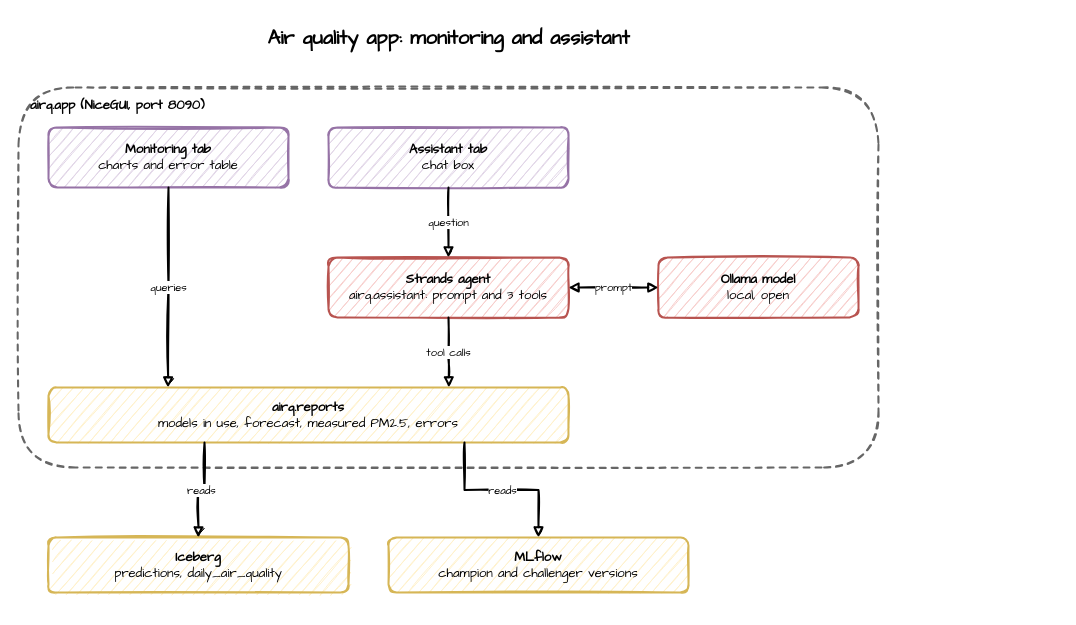
The draw.io diagram air-quality/images/app.drawio in jaehyeon-kim/benchtop, before the edit. Source tidied: cells renumbered, new cells numbered last; positions are measured from the earlier drawing's top-left corner, leaving out a move shared by most shapes. Both pictures are drawn from the tidied source at 100%, with x=0, y=0 at pixel (18, 17).
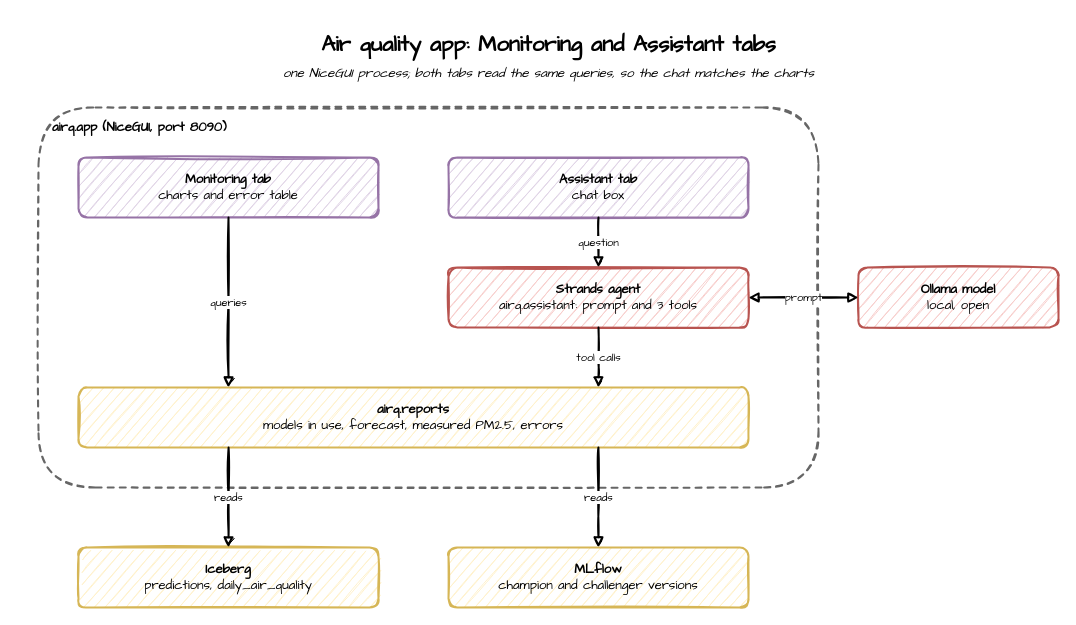
The same diagram, later.

Commit message (it also covers changes not shown here):
Redraw the air-quality diagrams in the sketch style

Change to the diagram source:
```diff
@@
 <mxGraphModel>
   <root>
     <mxCell id="0" />
     <mxCell id="1" parent="0" />
-    <mxCell id="2" value="Air quality app: monitoring and assistant" style="text;html=1;align=center;verticalAlign=middle;fontFamily=Comic Sans MS;fontSize=20;fontStyle=1;strokeColor=none;fillColor=none;" parent="1" vertex="1">
-      <mxGeometry width="860" height="40" as="geometry" />
+    <mxCell id="2" value="Air quality app: Monitoring and Assistant tabs" style="text;html=1;align=center;verticalAlign=middle;fontFamily=Comic Sans MS;fontSize=22;fontStyle=1;strokeColor=none;fillColor=none;" parent="1" vertex="1">
+      <mxGeometry x="20" y="10" width="1020" height="36" as="geometry" />
     </mxCell>
+    <mxCell id="17" value="one NiceGUI process; both tabs read the same queries, so the chat matches the charts" style="text;html=1;align=center;verticalAlign=middle;fontFamily=Comic Sans MS;fontSize=13;fontStyle=2;strokeColor=none;fillColor=none;" parent="1" vertex="1">
+      <mxGeometry x="20" y="44" width="1020" height="24" as="geometry" />
+    </mxCell>
-    <mxCell id="3" value="airq.app (NiceGUI, port 8090)" style="sketch=1;fontFamily=Comic Sans MS;strokeWidth=2;html=1;rounded=1;whiteSpace=wrap;fontSize=13;fillColor=none;strokeColor=#666666;dashed=1;verticalAlign=top;align=left;spacingLeft=10;spacingTop=4;fontStyle=1;" parent="1" vertex="1">
-      <mxGeometry y="70" width="860" height="380" as="geometry" />
+    <mxCell id="3" value="airq.app (NiceGUI, port 8090)" style="sketch=1;fontFamily=Comic Sans MS;strokeWidth=2;html=1;rounded=1;whiteSpace=wrap;fontSize=13;fillColor=none;strokeColor=#666666;dashed=1;verticalAlign=top;align=left;spacingLeft=12;spacingTop=6;fontStyle=1;" parent="1" vertex="1">
+      <mxGeometry x="20" y="90" width="780" height="380" as="geometry" />
     </mxCell>
     <mxCell id="4" value="&lt;b&gt;Monitoring tab&lt;/b&gt;&lt;br&gt;charts and error table" style="sketch=1;fontFamily=Comic Sans MS;strokeWidth=2;html=1;rounded=1;whiteSpace=wrap;fontSize=13;fillColor=#e1d5e7;strokeColor=#9673a6;" parent="1" vertex="1">
-      <mxGeometry x="30" y="110" width="240" height="60" as="geometry" />
+      <mxGeometry x="60" y="140" width="300" height="60" as="geometry" />
     </mxCell>
     <mxCell id="5" value="&lt;b&gt;Assistant tab&lt;/b&gt;&lt;br&gt;chat box" style="sketch=1;fontFamily=Comic Sans MS;strokeWidth=2;html=1;rounded=1;whiteSpace=wrap;fontSize=13;fillColor=#e1d5e7;strokeColor=#9673a6;" parent="1" vertex="1">
-      <mxGeometry x="310" y="110" width="240" height="60" as="geometry" />
+      <mxGeometry x="430" y="140" width="300" height="60" as="geometry" />
     </mxCell>
     <mxCell id="6" value="&lt;b&gt;Strands agent&lt;/b&gt;&lt;br&gt;airq.assistant: prompt and 3 tools" style="sketch=1;fontFamily=Comic Sans MS;strokeWidth=2;html=1;rounded=1;whiteSpace=wrap;fontSize=13;fillColor=#f8cecc;strokeColor=#b85450;" parent="1" vertex="1">
-      <mxGeometry x="310" y="240" width="240" height="60" as="geometry" />
+      <mxGeometry x="430" y="250" width="300" height="60" as="geometry" />
     </mxCell>
     <mxCell id="7" value="&lt;b&gt;Ollama model&lt;/b&gt;&lt;br&gt;local, open" style="sketch=1;fontFamily=Comic Sans MS;strokeWidth=2;html=1;rounded=1;whiteSpace=wrap;fontSize=13;fillColor=#f8cecc;strokeColor=#b85450;" parent="1" vertex="1">
-      <mxGeometry x="640" y="240" width="200" height="60" as="geometry" />
+      <mxGeometry x="840" y="250" width="200" height="60" as="geometry" />
     </mxCell>
     <mxCell id="8" value="&lt;b&gt;airq.reports&lt;/b&gt;&lt;br&gt;models in use, forecast, measured PM2.5, errors" style="sketch=1;fontFamily=Comic Sans MS;strokeWidth=2;html=1;rounded=1;whiteSpace=wrap;fontSize=13;fillColor=#fff2cc;strokeColor=#d6b656;" parent="1" vertex="1">
-      <mxGeometry x="30" y="370" width="520" height="55" as="geometry" />
+      <mxGeometry x="60" y="370" width="670" height="60" as="geometry" />
     </mxCell>
     <mxCell id="9" value="&lt;b&gt;Iceberg&lt;/b&gt;&lt;br&gt;predictions, daily_air_quality" style="sketch=1;fontFamily=Comic Sans MS;strokeWidth=2;html=1;rounded=1;whiteSpace=wrap;fontSize=13;fillColor=#fff2cc;strokeColor=#d6b656;" parent="1" vertex="1">
-      <mxGeometry x="30" y="520" width="300" height="55" as="geometry" />
+      <mxGeometry x="60" y="530" width="300" height="60" as="geometry" />
     </mxCell>
     <mxCell id="10" value="&lt;b&gt;MLflow&lt;/b&gt;&lt;br&gt;champion and challenger versions" style="sketch=1;fontFamily=Comic Sans MS;strokeWidth=2;html=1;rounded=1;whiteSpace=wrap;fontSize=13;fillColor=#fff2cc;strokeColor=#d6b656;" parent="1" vertex="1">
-      <mxGeometry x="370" y="520" width="300" height="55" as="geometry" />
+      <mxGeometry x="430" y="530" width="300" height="60" as="geometry" />
     </mxCell>
-    <mxCell id="11" value="queries" style="sketch=1;fontFamily=Comic Sans MS;strokeWidth=2;html=1;edgeStyle=orthogonalEdgeStyle;rounded=0;endArrow=block;endFill=1;fontSize=11;labelBackgroundColor=#ffffff;exitX=0.5;exitY=1;entryX=0.23;entryY=0;" parent="1" edge="1" source="4" target="8">
+    <mxCell id="11" value="queries" style="sketch=1;fontFamily=Comic Sans MS;strokeWidth=2;html=1;edgeStyle=orthogonalEdgeStyle;rounded=0;endArrow=block;endFill=1;fontSize=11;labelBackgroundColor=#ffffff;exitX=0.5;exitY=1;entryX=0.224;entryY=0;" parent="1" edge="1" source="4" target="8">
       <mxGeometry relative="1" as="geometry" />
     </mxCell>
-    <mxCell id="12" value="question" style="sketch=1;fontFamily=Comic Sans MS;strokeWidth=2;html=1;edgeStyle=orthogonalEdgeStyle;rounded=0;endArrow=block;endFill=1;fontSize=11;labelBackgroundColor=#ffffff;" parent="1" edge="1" source="5" target="6">
+    <mxCell id="12" value="question" style="sketch=1;fontFamily=Comic Sans MS;strokeWidth=2;html=1;edgeStyle=orthogonalEdgeStyle;rounded=0;endArrow=block;endFill=1;fontSize=11;labelBackgroundColor=#ffffff;exitX=0.5;exitY=1;entryX=0.5;entryY=0;" parent="1" edge="1" source="5" target="6">
       <mxGeometry relative="1" as="geometry" />
     </mxCell>
-    <mxCell id="13" value="prompt" style="sketch=1;fontFamily=Comic Sans MS;strokeWidth=2;html=1;edgeStyle=orthogonalEdgeStyle;rounded=0;endArrow=block;endFill=1;fontSize=11;labelBackgroundColor=#ffffff;startArrow=block;startFill=1;" parent="1" edge="1" source="6" target="7">
+    <mxCell id="13" value="prompt" style="sketch=1;fontFamily=Comic Sans MS;strokeWidth=2;html=1;edgeStyle=orthogonalEdgeStyle;rounded=0;endArrow=block;endFill=1;fontSize=11;labelBackgroundColor=#ffffff;exitX=1;exitY=0.5;entryX=0;entryY=0.5;startArrow=block;startFill=1;" parent="1" edge="1" source="6" target="7">
       <mxGeometry relative="1" as="geometry" />
     </mxCell>
-    <mxCell id="14" value="tool calls" style="sketch=1;fontFamily=Comic Sans MS;strokeWidth=2;html=1;edgeStyle=orthogonalEdgeStyle;rounded=0;endArrow=block;endFill=1;fontSize=11;labelBackgroundColor=#ffffff;exitX=0.5;exitY=1;entryX=0.77;entryY=0;" parent="1" edge="1" source="6" target="8">
+    <mxCell id="14" value="tool calls" style="sketch=1;fontFamily=Comic Sans MS;strokeWidth=2;html=1;edgeStyle=orthogonalEdgeStyle;rounded=0;endArrow=block;endFill=1;fontSize=11;labelBackgroundColor=#ffffff;exitX=0.5;exitY=1;entryX=0.776;entryY=0;" parent="1" edge="1" source="6" target="8">
       <mxGeometry relative="1" as="geometry" />
     </mxCell>
-    <mxCell id="15" value="reads" style="sketch=1;fontFamily=Comic Sans MS;strokeWidth=2;html=1;edgeStyle=orthogonalEdgeStyle;rounded=0;endArrow=block;endFill=1;fontSize=11;labelBackgroundColor=#ffffff;exitX=0.3;exitY=1;entryX=0.5;entryY=0;" parent="1" edge="1" source="8" target="9">
+    <mxCell id="15" value="reads" style="sketch=1;fontFamily=Comic Sans MS;strokeWidth=2;html=1;edgeStyle=orthogonalEdgeStyle;rounded=0;endArrow=block;endFill=1;fontSize=11;labelBackgroundColor=#ffffff;exitX=0.224;exitY=1;entryX=0.5;entryY=0;" parent="1" edge="1" source="8" target="9">
       <mxGeometry relative="1" as="geometry" />
     </mxCell>
-    <mxCell id="16" value="reads" style="sketch=1;fontFamily=Comic Sans MS;strokeWidth=2;html=1;edgeStyle=orthogonalEdgeStyle;rounded=0;endArrow=block;endFill=1;fontSize=11;labelBackgroundColor=#ffffff;exitX=0.8;exitY=1;entryX=0.5;entryY=0;" parent="1" edge="1" source="8" target="10">
+    <mxCell id="16" value="reads" style="sketch=1;fontFamily=Comic Sans MS;strokeWidth=2;html=1;edgeStyle=orthogonalEdgeStyle;rounded=0;endArrow=block;endFill=1;fontSize=11;labelBackgroundColor=#ffffff;exitX=0.776;exitY=1;entryX=0.5;entryY=0;" parent="1" edge="1" source="8" target="10">
       <mxGeometry relative="1" as="geometry" />
     </mxCell>
   </root>
 </mxGraphModel>
```
